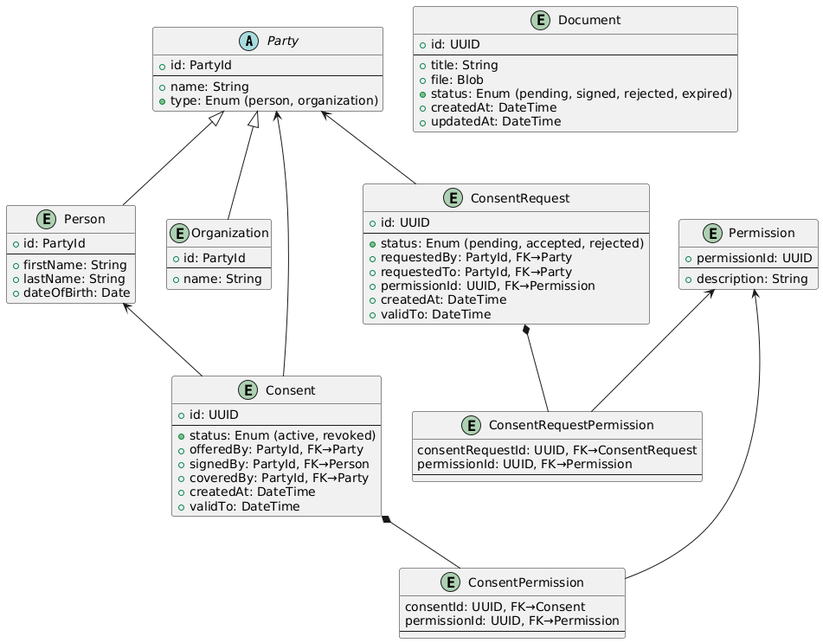
This is docs/datamodel.png from elhub/auth-grant-manager, a PlantUML export, as it was before one commit.
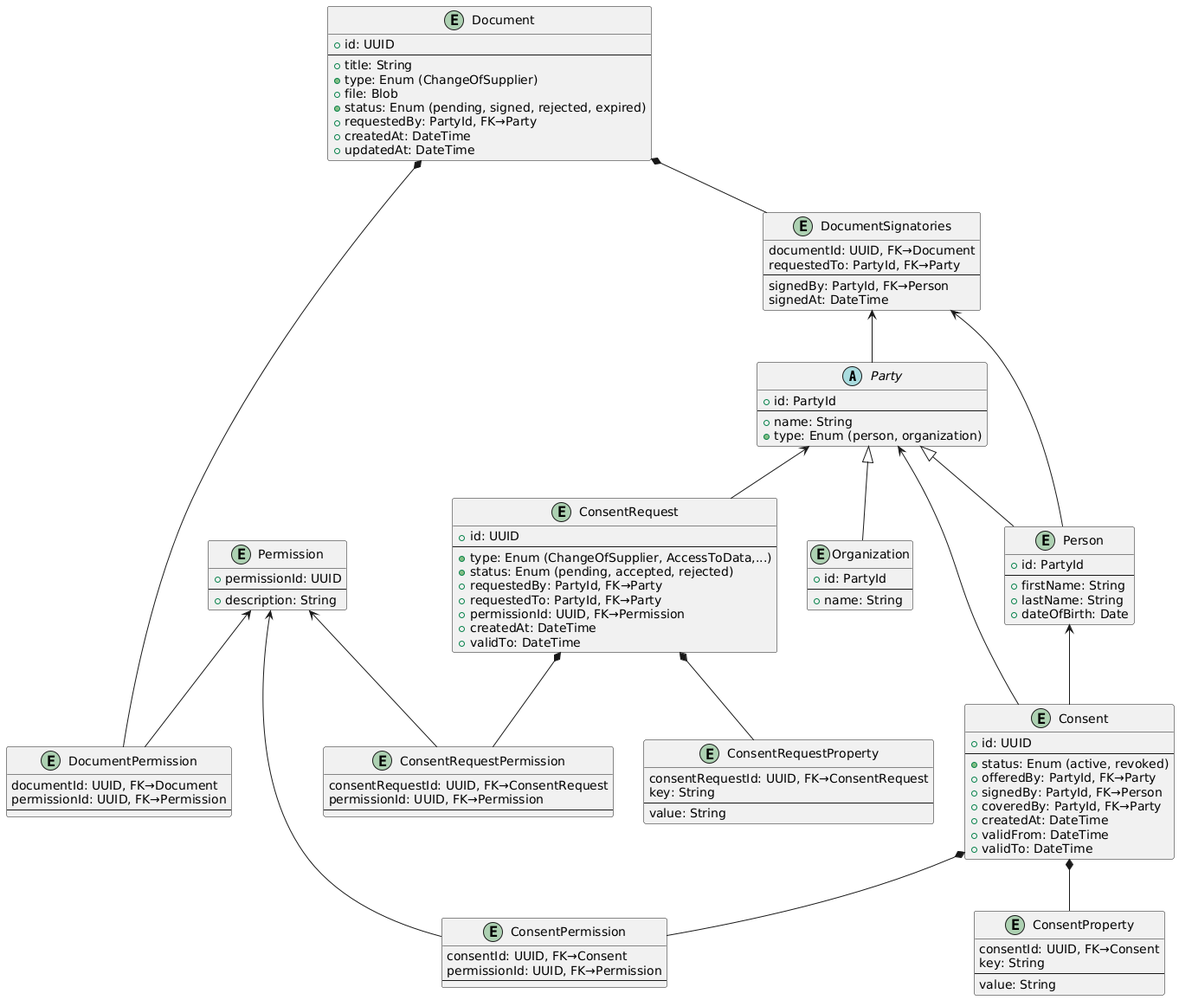
Later version of the same file.

The edit, as a diff of the source:
```diff
@@ -30,7 +30,15 @@
   + signedBy: PartyId, FK→Person
   + coveredBy: PartyId, FK→Party
   + createdAt: DateTime
+  + validFrom: DateTime
   + validTo: DateTime
+}
+
+entity ConsentProperty {
+  consentId: UUID, FK→Consent
+  key: String
+  --
+  value: String
 }
 
 entity ConsentPermission {
@@ -48,12 +56,20 @@
 entity ConsentRequest {
   + id: UUID
   --
+  + type: Enum (ChangeOfSupplier, AccessToData,...)
   + status: Enum (pending, accepted, rejected)
   + requestedBy: PartyId, FK→Party
   + requestedTo: PartyId, FK→Party
   + permissionId: UUID, FK→Permission
   + createdAt: DateTime
   + validTo: DateTime
+}
+
+entity ConsentRequestProperty {
+  consentRequestId: UUID, FK→ConsentRequest
+  key: String
+  --
+  value: String
 }
 
 entity ConsentRequestPermission {
@@ -66,21 +82,41 @@
   + id: UUID
   --
   + title: String
+  + type: Enum (ChangeOfSupplier)
   + file: Blob
   + status: Enum (pending, signed, rejected, expired)
+  + requestedBy: PartyId, FK→Party
   + createdAt: DateTime
   + updatedAt: DateTime
 }
 
+entity DocumentPermission {
+  documentId: UUID, FK→Document
+  permissionId: UUID, FK→Permission
+  --
+}
 
-
+entity DocumentSignatories {
+  documentId: UUID, FK→Document
+  requestedTo: PartyId, FK→Party
+  --
+  signedBy: PartyId, FK→Person
+  signedAt: DateTime
+}
 
 Party <|-- Person
 Party <|-- Organization
 Consent *-- ConsentPermission
+Consent *-- ConsentProperty
 Permission <-- ConsentPermission
 ConsentRequest *-- ConsentRequestPermission
+ConsentRequest *-- ConsentRequestProperty
 Permission <-- ConsentRequestPermission
+Document *-- DocumentPermission
+Permission <-- DocumentPermission
+Document *-- DocumentSignatories
+DocumentSignatories <-- Party
+DocumentSignatories <-- Person
 Party <-- Consent
 Person <-- Consent
 Party <-- ConsentRequest
```
